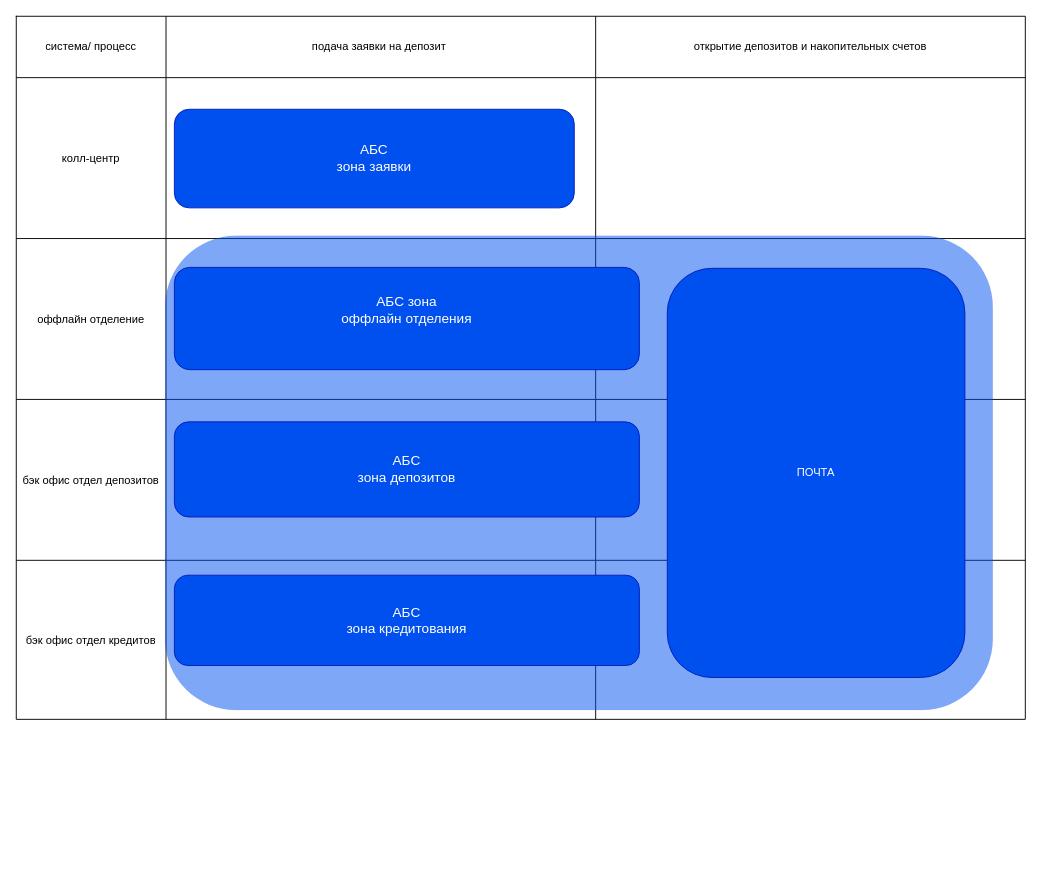
The draw.io diagram Task1/IT-LANDSCAPE.drawio in KravchenkoDevelop/architecture-standart, before the edit. Source tidied: cells renumbered, new cells numbered last; positions are measured from the earlier drawing's top-left corner, leaving out a move shared by most shapes. Both pictures are drawn from the tidied source at 93%, with x=0, y=0 at pixel (16, 16).
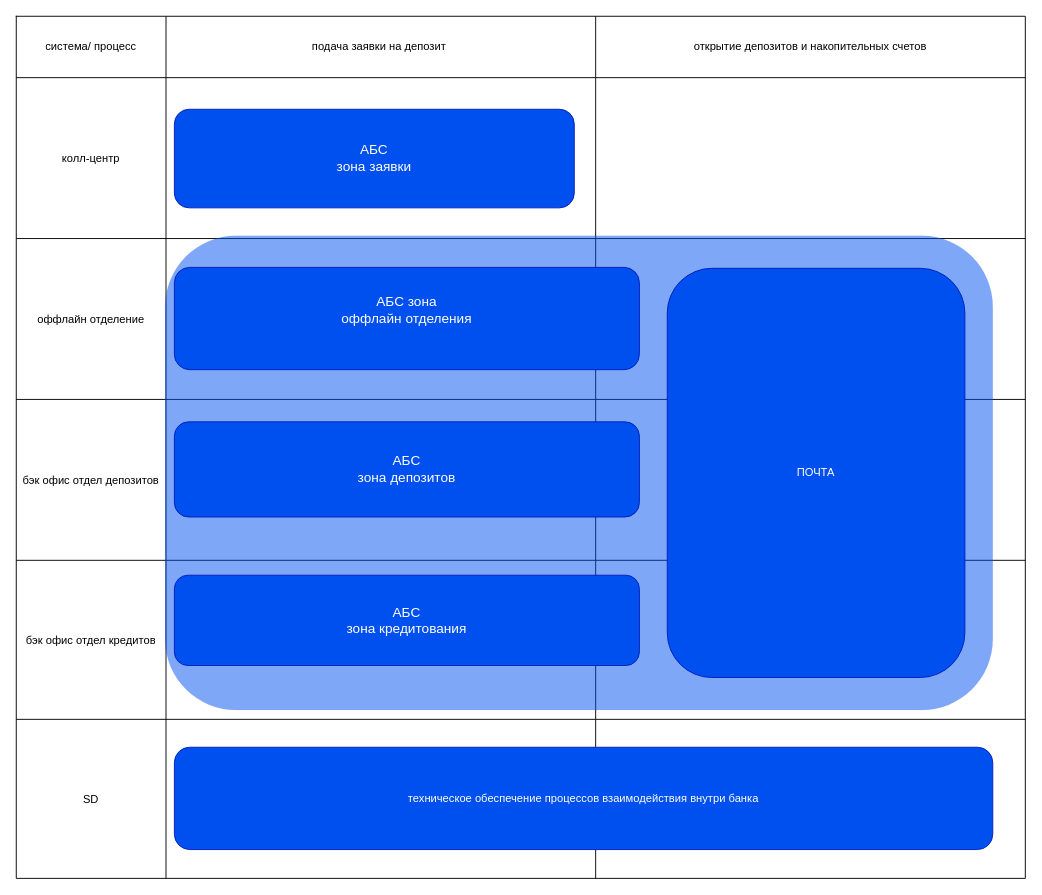
The same diagram, later.

The edit, as a diff of the source:
```diff
@@
     <mxCell id="3" style="shape=table;startSize=0;childLayout=tableLayout;" parent="1" vertex="1">
-      <mxGeometry width="1085" height="756" as="geometry" />
+      <mxGeometry width="1085" height="927" as="geometry" />
     </mxCell>
@@
+    <mxCell id="30" style="shape=tableRow;horizontal=0;startSize=0;swimlaneHead=0;swimlaneBody=0;strokeColor=inherit;top=0;left=0;bottom=0;right=0;fillColor=none;" parent="3" vertex="1">
+      <mxGeometry y="756" width="1085" height="171" as="geometry" />
+    </mxCell>
+    <mxCell id="31" value="SD" style="shape=partialRectangle;html=1;whiteSpace=wrap;strokeColor=inherit;overflow=hidden;fillColor=none;top=0;left=0;bottom=0;right=0;" parent="30" vertex="1">
+      <mxGeometry width="161" height="171" as="geometry" />
+    </mxCell>
+    <mxCell id="32" style="shape=partialRectangle;html=1;whiteSpace=wrap;strokeColor=inherit;overflow=hidden;fillColor=none;top=0;left=0;bottom=0;right=0;" parent="30" vertex="1">
+      <mxGeometry x="161" width="462" height="171" as="geometry" />
+    </mxCell>
+    <mxCell id="33" style="shape=partialRectangle;html=1;whiteSpace=wrap;strokeColor=inherit;overflow=hidden;fillColor=none;top=0;left=0;bottom=0;right=0;" parent="30" vertex="1">
+      <mxGeometry x="623" width="462" height="171" as="geometry" />
+    </mxCell>
@@
+    <mxCell id="34" value="техническое обеспечение процессов взаимодействия внутри банка" style="rounded=1;whiteSpace=wrap;html=1;fillColor=#0050ef;fontColor=#ffffff;strokeColor=#001DBC;flipH=1;" parent="1" vertex="1">
+      <mxGeometry x="170" y="786" width="880" height="110" as="geometry" />
+    </mxCell>
```
